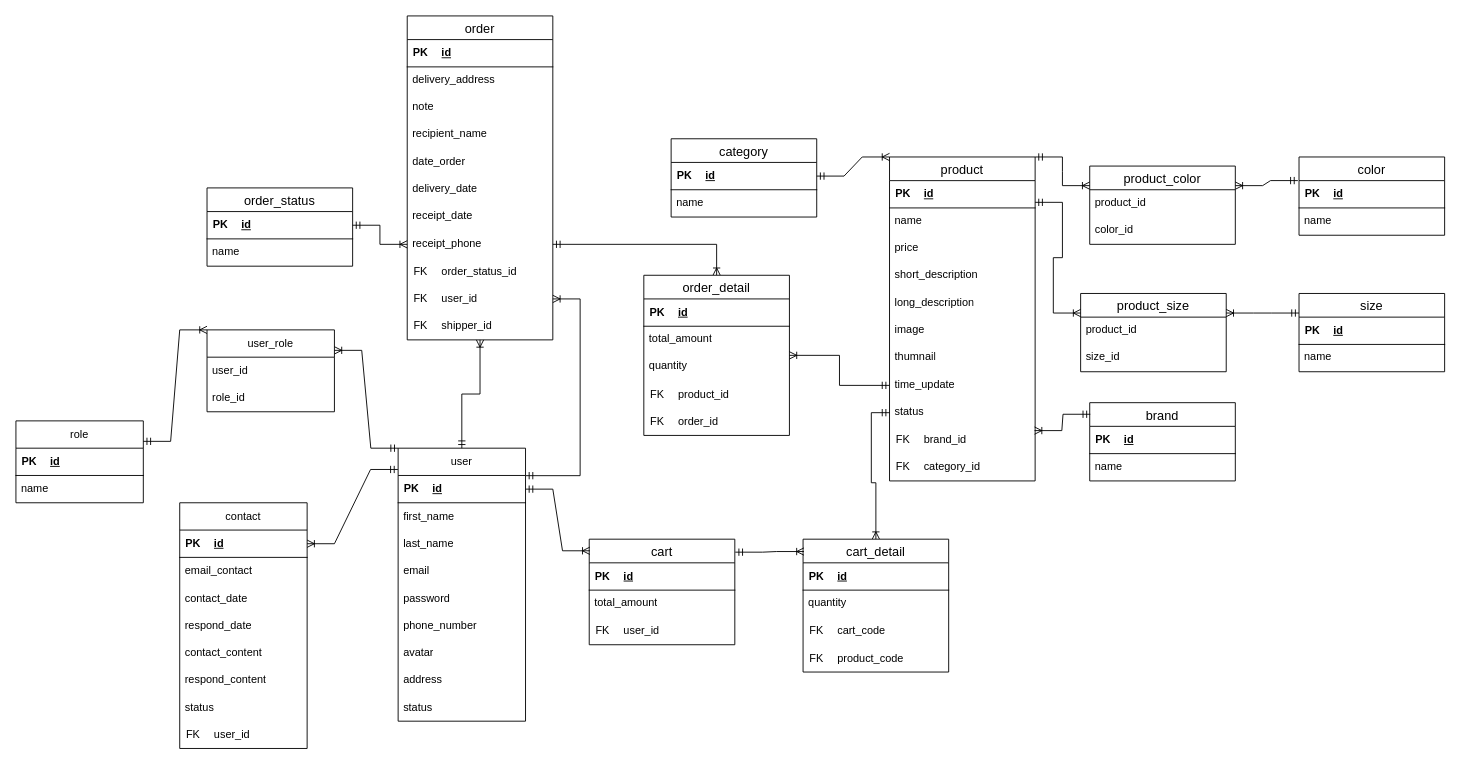
This is shop-online/Biểu đồ không có tiêu đề.drawio from Dangnhhe161726/shop-online, a draw.io file, before an edit. Source tidied: cells renumbered, new cells numbered last; positions are measured from the earlier drawing's top-left corner, leaving out a move shared by most shapes. Both pictures are drawn from the tidied source at 91%, with x=0, y=0 at pixel (15, -285).
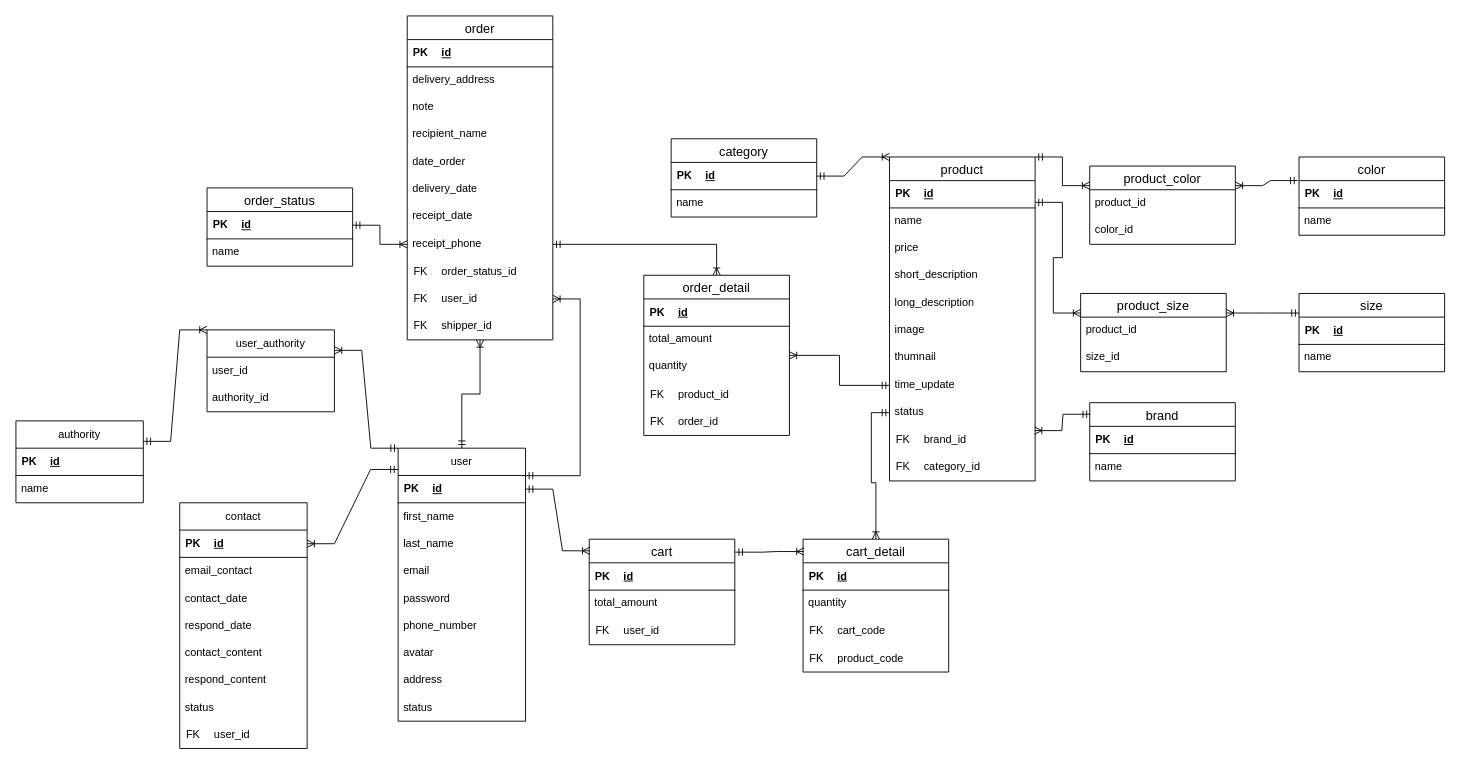
The same page after the edit.

Commit message:
update table in diagram

What changed in the source:
```diff
@@
-    <mxCell id="15" value="role" style="swimlane;fontStyle=0;horizontal=1;startSize=30;whiteSpace=wrap;html=1;" parent="1" vertex="1">
+    <mxCell id="15" value="authority" style="swimlane;fontStyle=0;horizontal=1;startSize=30;whiteSpace=wrap;html=1;" parent="1" vertex="1">
       <mxGeometry y="775" width="140" height="90" as="geometry" />
     </mxCell>
@@
-    <mxCell id="21" value="user_role" style="swimlane;fontStyle=0;horizontal=1;startSize=30;whiteSpace=wrap;html=1;" parent="1" vertex="1">
+    <mxCell id="21" value="user_authority" style="swimlane;fontStyle=0;horizontal=1;startSize=30;whiteSpace=wrap;html=1;" parent="1" vertex="1">
       <mxGeometry x="210" y="675" width="140" height="90" as="geometry" />
     </mxCell>
@@
-    <mxCell id="23" value="role_id" style="text;strokeColor=none;fillColor=none;align=left;verticalAlign=middle;spacingLeft=4;spacingRight=4;overflow=hidden;whiteSpace=wrap;html=1;" parent="21" vertex="1">
+    <mxCell id="23" value="authority_id" style="text;strokeColor=none;fillColor=none;align=left;verticalAlign=middle;spacingLeft=4;spacingRight=4;overflow=hidden;whiteSpace=wrap;html=1;" parent="21" vertex="1">
       <mxGeometry y="60" width="140" height="30" as="geometry" />
     </mxCell>
```
